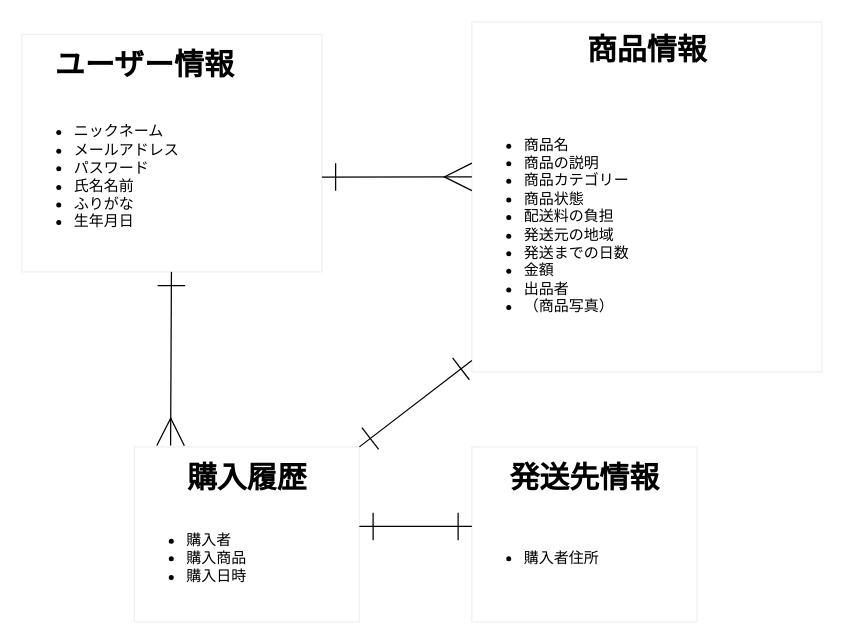
aya-tsubono/furima-36518 keeps this draw.io diagram as er.dio. Above is the earlier version. Source tidied: cells renumbered, new cells numbered last; positions are measured from the earlier drawing's top-left corner, leaving out a move shared by most shapes. Both pictures are drawn from the tidied source at 125%, with x=0, y=0 at pixel (21, 21).
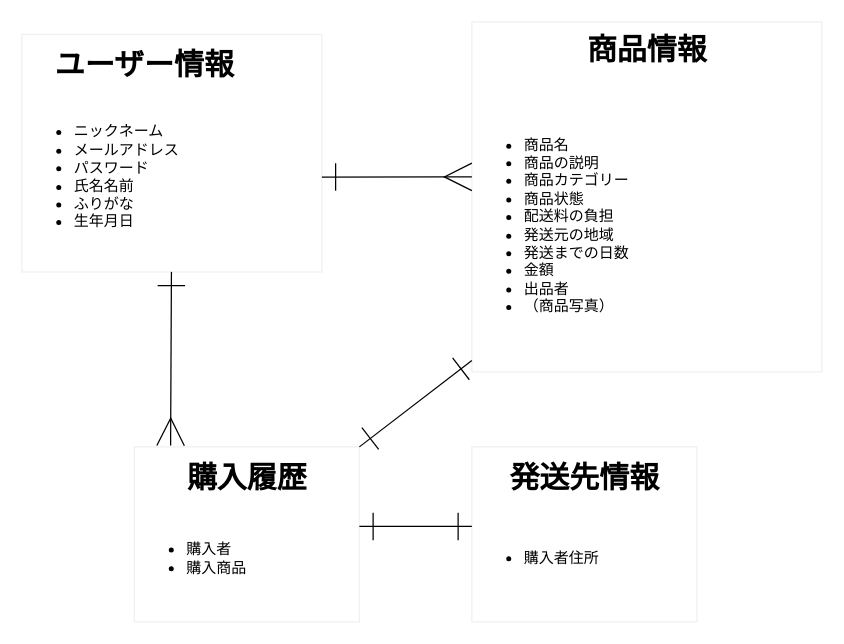
The same diagram, later.

Diff of the diagram source:
```diff
@@
 <mxGraphModel background="#ffffff">
   <root>
     <mxCell id="0" />
     <mxCell id="1" parent="0" />
     <mxCell id="2" style="group;perimeterSpacing=3;fillColor=none;strokeColor=#f0f0f0;fontColor=#F0F0F0;labelBackgroundColor=#000000;" parent="1" vertex="1">
       <mxGeometry y="10" width="240" height="190" as="geometry" />
     </mxCell>
     <mxCell id="3" value="&lt;ul&gt;&lt;li&gt;ニックネーム&lt;/li&gt;&lt;li&gt;メールアドレス&lt;/li&gt;&lt;li&gt;パスワード&lt;/li&gt;&lt;li&gt;氏名名前&lt;/li&gt;&lt;li&gt;ふりがな&lt;/li&gt;&lt;li&gt;生年月日&lt;/li&gt;&lt;/ul&gt;" style="text;strokeColor=none;fillColor=none;html=1;whiteSpace=wrap;verticalAlign=middle;overflow=hidden;" parent="2" vertex="1">
       <mxGeometry y="38.2" width="240" height="151.8" as="geometry" />
     </mxCell>
     <mxCell id="4" value="ユーザー情報" style="text;strokeColor=none;fillColor=none;html=1;fontSize=24;fontStyle=1;verticalAlign=middle;align=center;" parent="2" vertex="1">
       <mxGeometry width="196.4" height="50.9" as="geometry" />
     </mxCell>
     <mxCell id="5" style="group;strokeColor=#f0f0f0;perimeterSpacing=3;fontColor=#F0F0F0;labelBackgroundColor=#333333;" parent="1" vertex="1">
       <mxGeometry x="360" width="280" height="280" as="geometry" />
     </mxCell>
     <mxCell id="6" value="&lt;ul&gt;&lt;li&gt;商品名&lt;/li&gt;&lt;li&gt;商品の説明&lt;/li&gt;&lt;li&gt;商品カテゴリー&lt;/li&gt;&lt;li&gt;商品状態&lt;/li&gt;&lt;li&gt;配送料の負担&lt;/li&gt;&lt;li&gt;発送元の地域&lt;/li&gt;&lt;li&gt;発送までの日数&lt;/li&gt;&lt;li&gt;金額&lt;/li&gt;&lt;li&gt;出品者&lt;/li&gt;&lt;li&gt;（商品写真）&lt;/li&gt;&lt;/ul&gt;" style="text;strokeColor=none;fillColor=none;html=1;whiteSpace=wrap;verticalAlign=middle;overflow=hidden;" parent="5" vertex="1">
       <mxGeometry y="46.7" width="280" height="233.3" as="geometry" />
     </mxCell>
     <mxCell id="7" value="商品情報" style="text;strokeColor=none;fillColor=none;html=1;fontSize=24;fontStyle=1;verticalAlign=middle;align=center;" parent="5" vertex="1">
       <mxGeometry width="280" height="46.7" as="geometry" />
     </mxCell>
     <mxCell id="8" style="group;perimeterSpacing=3;strokeColor=#f0f0f0;labelBackgroundColor=#0F0F0F;" parent="1" vertex="1">
       <mxGeometry x="90" y="340" width="180" height="140" as="geometry" />
     </mxCell>
-    <mxCell id="9" value="&lt;ul&gt;&lt;li&gt;購入者&lt;/li&gt;&lt;li&gt;購入商品&lt;/li&gt;&lt;li&gt;購入日時&lt;/li&gt;&lt;/ul&gt;" style="text;strokeColor=none;fillColor=none;html=1;whiteSpace=wrap;verticalAlign=middle;overflow=hidden;" parent="8" vertex="1">
+    <mxCell id="9" value="&lt;ul&gt;&lt;li&gt;購入者&lt;/li&gt;&lt;li&gt;購入商品&lt;/li&gt;&lt;/ul&gt;" style="text;strokeColor=none;fillColor=none;html=1;whiteSpace=wrap;verticalAlign=middle;overflow=hidden;" parent="8" vertex="1">
       <mxGeometry y="38.2" width="180" height="101.8" as="geometry" />
     </mxCell>
     <mxCell id="10" value="購入履歴" style="text;strokeColor=none;fillColor=none;html=1;fontSize=24;fontStyle=1;verticalAlign=middle;align=center;" parent="8" vertex="1">
       <mxGeometry width="180" height="50.9" as="geometry" />
     </mxCell>
     <mxCell id="11" style="group;perimeterSpacing=3;strokeColor=#f0f0f0;labelBackgroundColor=#000000;" parent="1" vertex="1">
       <mxGeometry x="360" y="340" width="180" height="140" as="geometry" />
     </mxCell>
     <mxCell id="12" value="&lt;ul&gt;&lt;li&gt;購入者住所&lt;/li&gt;&lt;/ul&gt;" style="text;strokeColor=none;fillColor=none;html=1;whiteSpace=wrap;verticalAlign=middle;overflow=hidden;" parent="11" vertex="1">
       <mxGeometry y="38.2" width="180" height="101.8" as="geometry" />
     </mxCell>
     <mxCell id="13" value="発送先情報" style="text;strokeColor=none;fillColor=none;html=1;fontSize=24;fontStyle=1;verticalAlign=middle;align=center;" parent="11" vertex="1">
       <mxGeometry width="180" height="50.9" as="geometry" />
     </mxCell>
     <mxCell id="14" style="rounded=0;jettySize=auto;html=1;exitX=1;exitY=0.5;exitDx=0;exitDy=0;strokeWidth=1;endArrow=ERmany;endFill=0;endSize=20;startSize=20;startArrow=ERone;startFill=0;" parent="1" edge="1" source="3">
       <mxGeometry relative="1" as="geometry">
         <mxPoint x="360" y="124" as="targetPoint" />
         <Array as="points">
           <mxPoint x="340" y="124" />
         </Array>
       </mxGeometry>
     </mxCell>
     <mxCell id="15" style="edgeStyle=none;rounded=0;jettySize=auto;html=1;entryX=0.161;entryY=-0.02;entryDx=0;entryDy=0;entryPerimeter=0;startArrow=ERone;startFill=0;endArrow=ERmany;endFill=0;startSize=20;endSize=20;strokeWidth=1;" parent="1" edge="1" source="3" target="10">
       <mxGeometry relative="1" as="geometry" />
     </mxCell>
     <mxCell id="16" style="edgeStyle=none;rounded=0;jettySize=auto;html=1;exitX=1;exitY=0.25;exitDx=0;exitDy=0;entryX=0;entryY=0.25;entryDx=0;entryDy=0;startArrow=ERone;startFill=0;endArrow=ERone;endFill=0;startSize=20;endSize=20;strokeWidth=1;" parent="1" edge="1" source="9" target="12">
       <mxGeometry relative="1" as="geometry" />
     </mxCell>
     <mxCell id="17" style="edgeStyle=none;rounded=0;jettySize=auto;html=1;entryX=1;entryY=0;entryDx=0;entryDy=0;startArrow=ERone;startFill=0;endArrow=ERone;endFill=0;startSize=20;endSize=20;strokeWidth=1;" parent="1" edge="1" source="6" target="10">
       <mxGeometry relative="1" as="geometry" />
     </mxCell>
   </root>
 </mxGraphModel>
```
